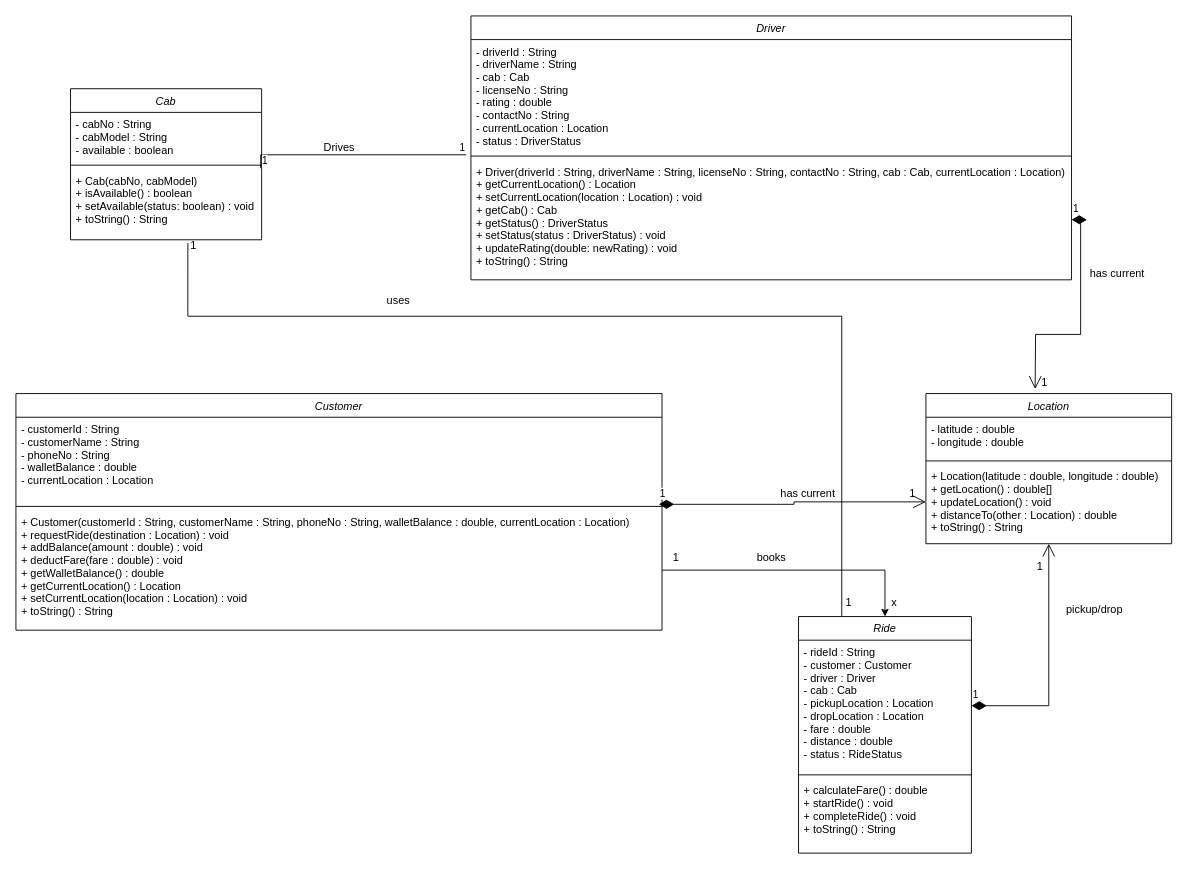
Above: Class Diagram/SmartCab.drawio in dharunraj22/SmartCab (draw.io), before the change. Source tidied: cells renumbered, new cells numbered last; positions are measured from the earlier drawing's top-left corner, leaving out a move shared by most shapes. Both pictures are drawn from the tidied source at 91%, with x=0, y=0 at pixel (15, 15).
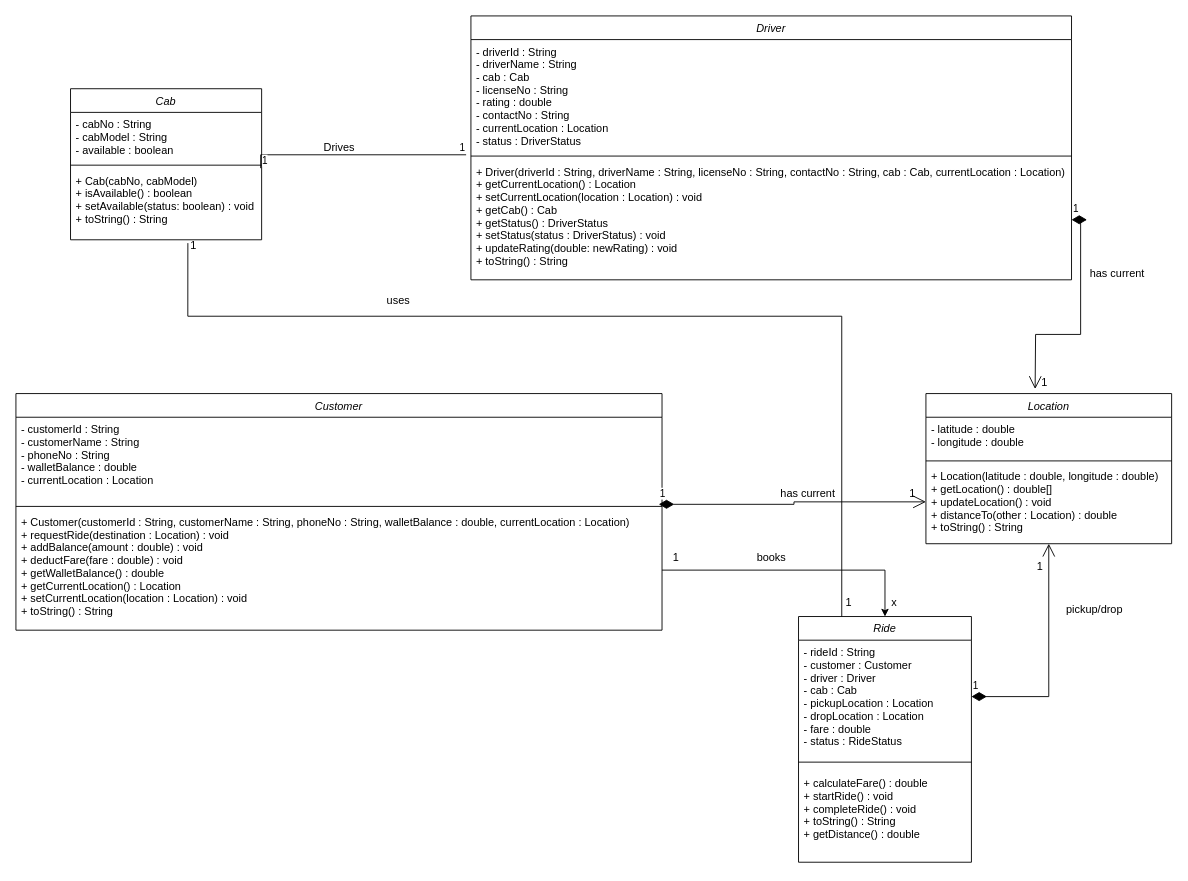
The same diagram, later.

Change to the diagram source:
```diff
@@
     <mxCell id="15" value="Ride" style="swimlane;fontStyle=2;align=center;verticalAlign=top;horizontal=1;startSize=26;rounded=0;shadow=0;strokeWidth=1;" parent="1" vertex="1">
-      <mxGeometry x="860" y="660" width="190" height="260" as="geometry" />
+      <mxGeometry x="860" y="660" width="190" height="270" as="geometry" />
     </mxCell>
-    <mxCell id="16" value="- rideId : String&#10;- customer : Customer&#10;- driver : Driver&#10;- cab : Cab&#10;- pickupLocation : Location&#10;- dropLocation : Location&#10;- fare : double&#10;- distance : double&#10;- status : RideStatus" style="text;align=left;verticalAlign=top;spacingLeft=4;spacingRight=4;overflow=hidden;points=[[0,0.5],[1,0.5]];portConstraint=eastwest;rounded=0;shadow=0;html=0;" parent="15" vertex="1">
-      <mxGeometry y="26" width="190" height="144" as="geometry" />
+    <mxCell id="16" value="- rideId : String&#10;- customer : Customer&#10;- driver : Driver&#10;- cab : Cab&#10;- pickupLocation : Location&#10;- dropLocation : Location&#10;- fare : double&#10;- status : RideStatus" style="text;align=left;verticalAlign=top;spacingLeft=4;spacingRight=4;overflow=hidden;points=[[0,0.5],[1,0.5]];portConstraint=eastwest;rounded=0;shadow=0;html=0;" parent="15" vertex="1">
+      <mxGeometry y="26" width="190" height="124" as="geometry" />
     </mxCell>
     <mxCell id="17" style="line;html=1;strokeWidth=1;align=left;verticalAlign=middle;spacingTop=-1;spacingLeft=3;spacingRight=3;labelPosition=right;" parent="15" vertex="1">
-      <mxGeometry y="170" width="190" height="8" as="geometry" />
+      <mxGeometry y="150" width="190" height="20" as="geometry" />
     </mxCell>
-    <mxCell id="18" value="+ calculateFare() : double&#10;+ startRide() : void&#10;+ completeRide() : void&#10;+ toString() : String" style="text;align=left;verticalAlign=top;spacingLeft=4;spacingRight=4;overflow=hidden;" parent="15" vertex="1">
-      <mxGeometry y="178" width="190" height="82" as="geometry" />
+    <mxCell id="18" value="+ calculateFare() : double&#10;+ startRide() : void&#10;+ completeRide() : void&#10;+ toString() : String&#10;+ getDistance() : double" style="text;align=left;verticalAlign=top;spacingLeft=4;spacingRight=4;overflow=hidden;" parent="15" vertex="1">
+      <mxGeometry y="170" width="190" height="100" as="geometry" />
     </mxCell>
```
